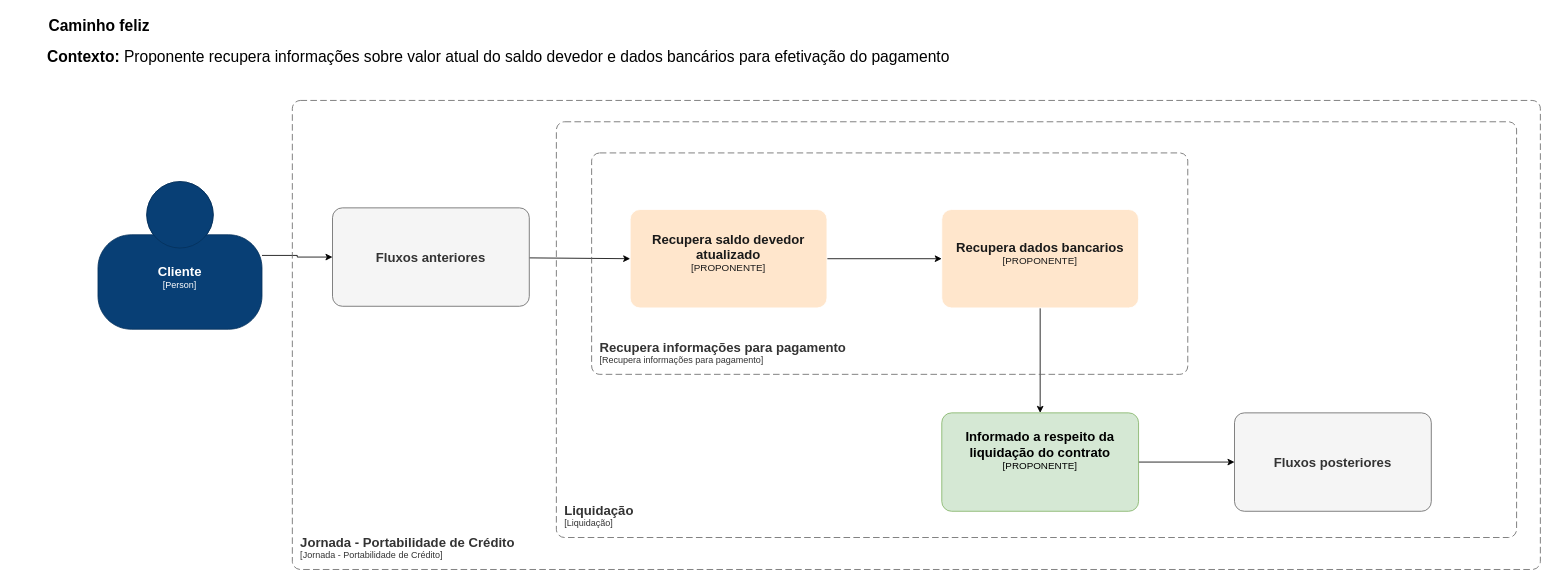
andreferreiratrindade/portabilidade_credito_draw keeps this draw.io diagram as page "Atualização dados para pagamento" (18 of 26) of portabilidade_credito.drawio. Above is the earlier version. Source tidied: cells renumbered, new cells numbered last; positions are measured from the earlier drawing's top-left corner, leaving out a move shared by most shapes. Both pictures are drawn from the tidied source at 82%, with x=0, y=0 at pixel (14, 14).
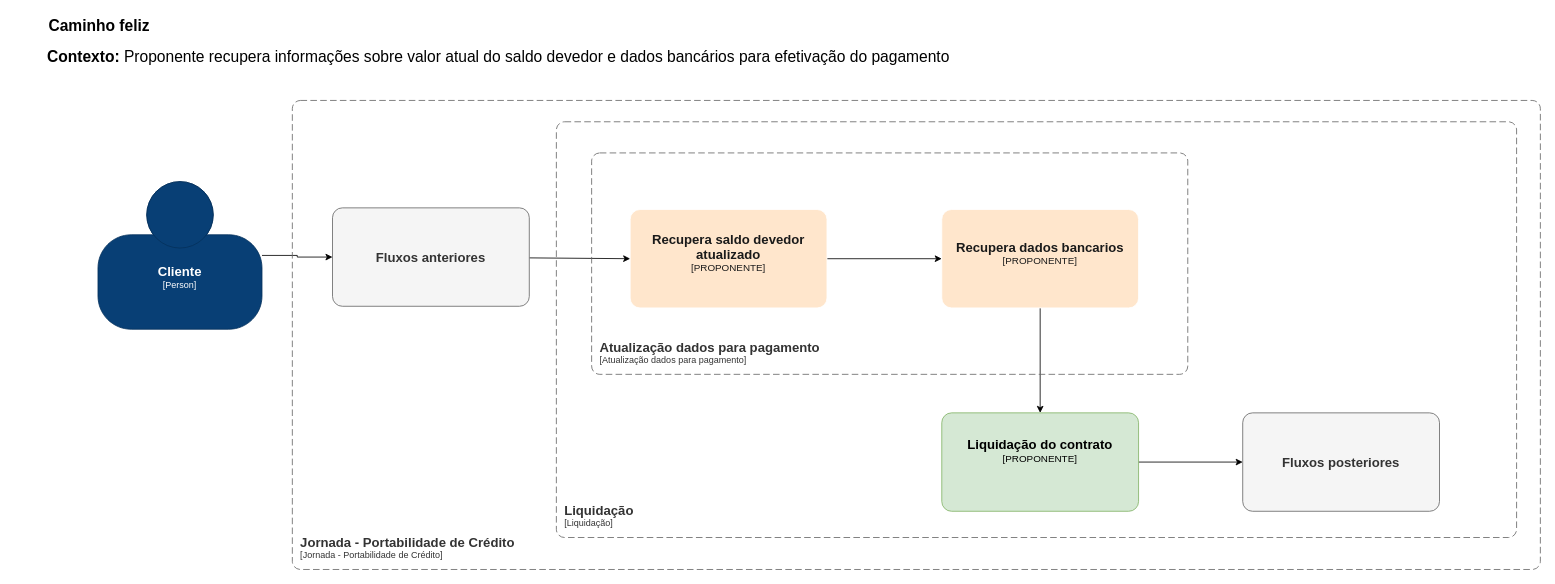
The same page after the edit.

Commit message (it also covers changes not shown here):
Add - Fluxo de Dados para pagamento

Change to the diagram source:
```diff
@@
-    <object id="13" label="&lt;font style=&quot;font-size: 16px&quot;&gt;&lt;b&gt;&lt;div style=&quot;text-align: left&quot;&gt;%c4Name%&lt;/div&gt;&lt;/b&gt;&lt;/font&gt;&lt;div style=&quot;text-align: left&quot;&gt;[%c4Application%]&lt;/div&gt;" c4Application="Recupera informações para pagamento" c4Name="Recupera informações para pagamento" placeholders="1">
+    <object id="13" label="&lt;font style=&quot;font-size: 16px&quot;&gt;&lt;b&gt;&lt;div style=&quot;text-align: left&quot;&gt;%c4Name%&lt;/div&gt;&lt;/b&gt;&lt;/font&gt;&lt;div style=&quot;text-align: left&quot;&gt;[%c4Application%]&lt;/div&gt;" c4Application="Atualização dados para pagamento" c4Name="Atualização dados para pagamento" placeholders="1">
       <mxCell style="rounded=1;fontSize=11;whiteSpace=wrap;html=1;dashed=1;arcSize=20;fillColor=none;strokeColor=#666666;fontColor=#333333;labelBackgroundColor=none;align=left;verticalAlign=bottom;labelBorderColor=none;spacingTop=0;spacing=10;dashPattern=8 4;perimeter=rectanglePerimeter;noLabel=0;labelPadding=0;absoluteArcSize=1;" parent="1" vertex="1">
         <mxGeometry x="704" y="169" width="727" height="270" as="geometry" />
       </mxCell>
     </object>
@@
-    <object id="16" label="&lt;font style=&quot;font-size: 16px&quot;&gt;&lt;b&gt;%c4Name%&lt;/b&gt;&lt;/font&gt;&lt;div&gt;[%c4Type%]&lt;/div&gt;&lt;br&gt;&lt;div&gt;&lt;font style=&quot;font-size: 11px&quot;&gt;&lt;font&gt;%c4Description%&lt;/font&gt;&lt;/font&gt;&lt;/div&gt;" c4Description="&#10;" c4Name="Informado a respeito da liquidação do contrato" c4Type="PROPONENTE" placeholders="1">
+    <object id="16" label="&lt;font style=&quot;font-size: 16px&quot;&gt;&lt;b&gt;%c4Name%&lt;/b&gt;&lt;/font&gt;&lt;div&gt;[%c4Type%]&lt;/div&gt;&lt;br&gt;&lt;div&gt;&lt;font style=&quot;font-size: 11px&quot;&gt;&lt;font&gt;%c4Description%&lt;/font&gt;&lt;/font&gt;&lt;/div&gt;" c4Description="&#10;" c4Name="Liquidação do contrato" c4Type="PROPONENTE" placeholders="1">
       <mxCell style="rounded=1;whiteSpace=wrap;html=1;labelBackgroundColor=none;fillColor=#d5e8d4;align=center;arcSize=10;strokeColor=#82b366;points=[[0.25,0,0],[0.5,0,0],[0.75,0,0],[1,0.25,0],[1,0.5,0],[1,0.75,0],[0.75,1,0],[0.5,1,0],[0.25,1,0],[0,0.75,0],[0,0.5,0],[0,0.25,0]];" parent="1" vertex="1">
         <mxGeometry x="1131" y="486" width="240" height="120" as="geometry" />
       </mxCell>
     </object>
     <object id="17" label="&lt;font style=&quot;font-size: 16px&quot;&gt;&lt;b&gt;%c4Name%&lt;/b&gt;&lt;/font&gt;&lt;br&gt;&lt;div&gt;&lt;font style=&quot;font-size: 11px&quot;&gt;&lt;font color=&quot;#cccccc&quot;&gt;%c4Description%&lt;/font&gt;&lt;/div&gt;" c4Description="" c4Name="Fluxos posteriores" placeholders="1">
       <mxCell style="rounded=1;whiteSpace=wrap;html=1;labelBackgroundColor=none;fillColor=#f5f5f5;fontColor=#333333;align=center;arcSize=10;strokeColor=#666666;points=[[0.25,0,0],[0.5,0,0],[0.75,0,0],[1,0.25,0],[1,0.5,0],[1,0.75,0],[0.75,1,0],[0.5,1,0],[0.25,1,0],[0,0.75,0],[0,0.5,0],[0,0.25,0]];" parent="1" vertex="1">
-        <mxGeometry x="1488" y="486" width="240" height="120" as="geometry" />
+        <mxGeometry x="1498" y="486" width="240" height="120" as="geometry" />
       </mxCell>
     </object>
```
